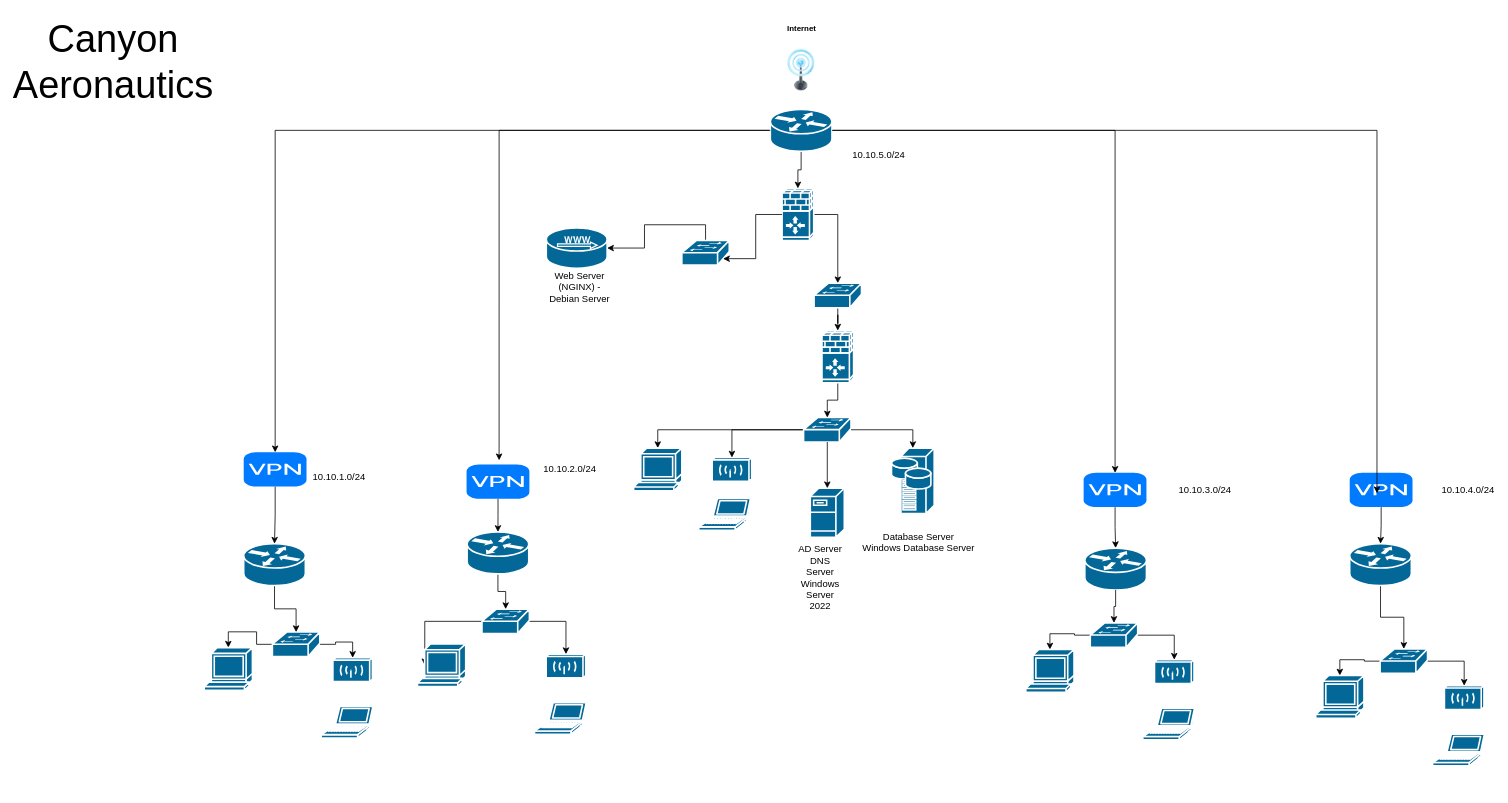
cyberqueenmeg/itt-116 keeps this draw.io diagram as ITT-216-CanyonAero.drawio. Above is the earlier version. Source tidied: cells renumbered, new cells numbered last; positions are measured from the earlier drawing's top-left corner, leaving out a move shared by most shapes. Both pictures are drawn from the tidied source at 79%, with x=0, y=0 at pixel (30, 14).
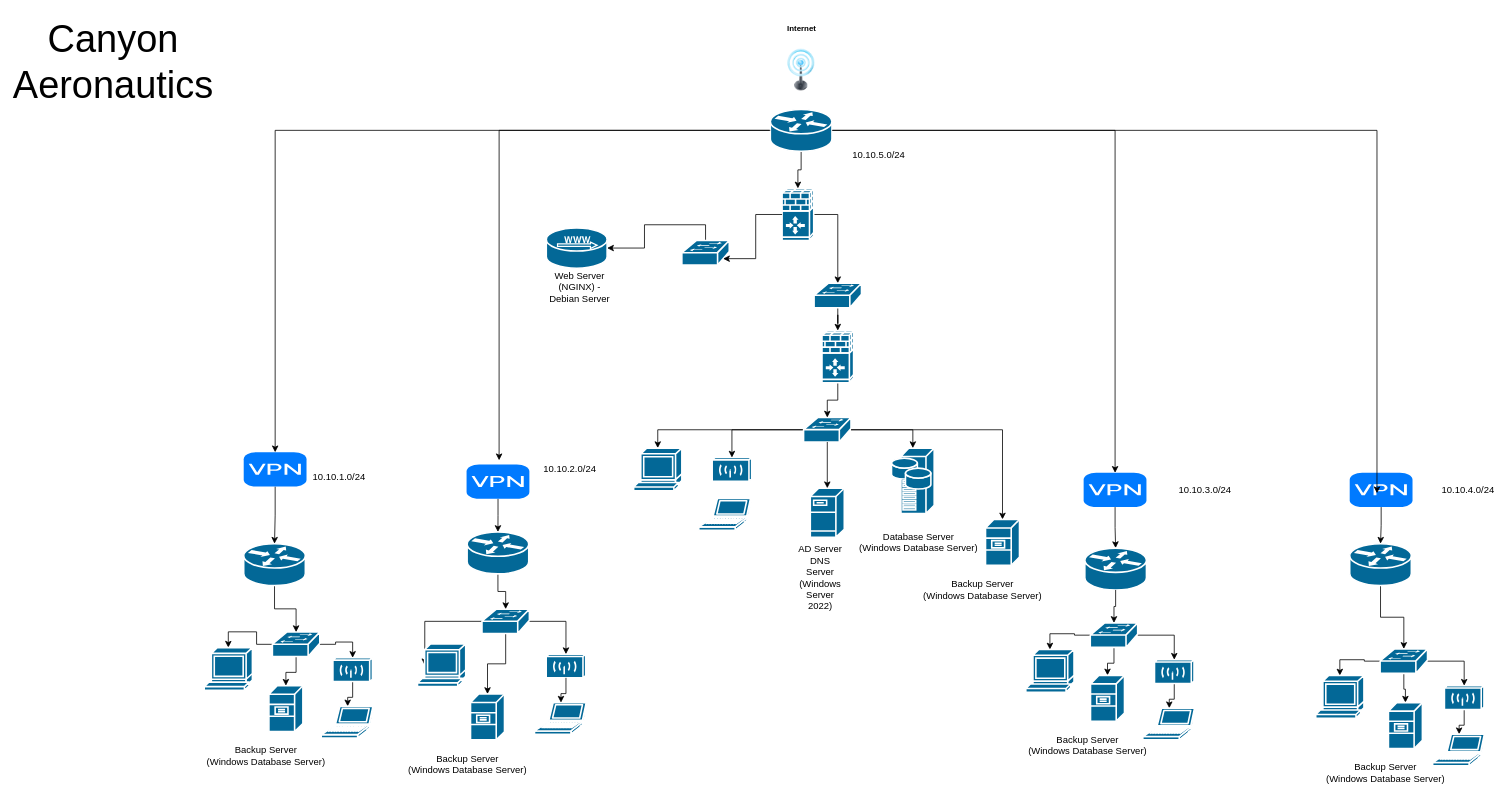
After the change.

Unchanged cells that the change refers to:
```xml
<mxCell id="4" style="shape=mxgraph.cisco.wireless.wireless_transport;sketch=0;html=1;dashed=0;fillColor=#036897;strokeColor=#ffffff;strokeWidth=2;verticalLabelPosition=bottom;verticalAlign=top;align=center;outlineConnect=0;" parent="1" vertex="1">
  <mxGeometry x="652.9" y="809.5" width="50" height="30" as="geometry" />
</mxCell>
<mxCell id="7" style="shape=mxgraph.cisco.switches.workgroup_switch;sketch=0;html=1;dashed=0;fillColor=#036897;strokeColor=#ffffff;strokeWidth=2;verticalLabelPosition=bottom;verticalAlign=top;align=center;outlineConnect=0;" parent="1" vertex="1">
  <mxGeometry x="571.6" y="752.5" width="60" height="31" as="geometry" />
</mxCell>
<mxCell id="8" style="shape=mxgraph.cisco.computers_and_peripherals.laptop;sketch=0;html=1;dashed=0;fillColor=#036897;strokeColor=#ffffff;strokeWidth=2;verticalLabelPosition=bottom;verticalAlign=top;align=center;outlineConnect=0;" parent="1" vertex="1">
  <mxGeometry x="638.1" y="870.9" width="67" height="40" as="geometry" />
</mxCell>
<mxCell id="10" style="shape=mxgraph.cisco.wireless.wireless_transport;sketch=0;html=1;dashed=0;fillColor=#036897;strokeColor=#ffffff;strokeWidth=2;verticalLabelPosition=bottom;verticalAlign=top;align=center;outlineConnect=0;" parent="1" vertex="1">
  <mxGeometry x="382.9" y="814.2" width="50" height="30" as="geometry" />
</mxCell>
<mxCell id="13" style="shape=mxgraph.cisco.switches.workgroup_switch;sketch=0;html=1;dashed=0;fillColor=#036897;strokeColor=#ffffff;strokeWidth=2;verticalLabelPosition=bottom;verticalAlign=top;align=center;outlineConnect=0;" parent="1" vertex="1">
  <mxGeometry x="306.3" y="781.6" width="60" height="31" as="geometry" />
</mxCell>
<mxCell id="14" style="shape=mxgraph.cisco.computers_and_peripherals.laptop;sketch=0;html=1;dashed=0;fillColor=#036897;strokeColor=#ffffff;strokeWidth=2;verticalLabelPosition=bottom;verticalAlign=top;align=center;outlineConnect=0;" parent="1" vertex="1">
  <mxGeometry x="368.1" y="875.6" width="67" height="40" as="geometry" />
</mxCell>
<mxCell id="16" style="shape=mxgraph.cisco.wireless.wireless_transport;sketch=0;html=1;dashed=0;fillColor=#036897;strokeColor=#ffffff;strokeWidth=2;verticalLabelPosition=bottom;verticalAlign=top;align=center;outlineConnect=0;" parent="1" vertex="1">
  <mxGeometry x="1789.9" y="849.5" width="50" height="30" as="geometry" />
</mxCell>
<mxCell id="19" style="shape=mxgraph.cisco.switches.workgroup_switch;sketch=0;html=1;dashed=0;fillColor=#036897;strokeColor=#ffffff;strokeWidth=2;verticalLabelPosition=bottom;verticalAlign=top;align=center;outlineConnect=0;" parent="1" vertex="1">
  <mxGeometry x="1708.5" y="802.9" width="60" height="31" as="geometry" />
</mxCell>
<mxCell id="20" style="shape=mxgraph.cisco.computers_and_peripherals.laptop;sketch=0;html=1;dashed=0;fillColor=#036897;strokeColor=#ffffff;strokeWidth=2;verticalLabelPosition=bottom;verticalAlign=top;align=center;outlineConnect=0;" parent="1" vertex="1">
  <mxGeometry x="1775" y="910.9" width="67" height="40" as="geometry" />
</mxCell>
<mxCell id="40" style="shape=mxgraph.cisco.switches.workgroup_switch;sketch=0;html=1;dashed=0;fillColor=#036897;strokeColor=#ffffff;strokeWidth=2;verticalLabelPosition=bottom;verticalAlign=top;align=center;outlineConnect=0;" parent="1" vertex="1">
  <mxGeometry x="978.7" y="510" width="60" height="31" as="geometry" />
</mxCell>
<mxCell id="73" style="shape=mxgraph.cisco.wireless.wireless_transport;sketch=0;html=1;dashed=0;fillColor=#036897;strokeColor=#ffffff;strokeWidth=2;verticalLabelPosition=bottom;verticalAlign=top;align=center;outlineConnect=0;" parent="1" vertex="1">
  <mxGeometry x="1422.9" y="816.6" width="50" height="30" as="geometry" />
</mxCell>
<mxCell id="76" style="shape=mxgraph.cisco.switches.workgroup_switch;sketch=0;html=1;dashed=0;fillColor=#036897;strokeColor=#ffffff;strokeWidth=2;verticalLabelPosition=bottom;verticalAlign=top;align=center;outlineConnect=0;" parent="1" vertex="1">
  <mxGeometry x="1341.6" y="770" width="60" height="31" as="geometry" />
</mxCell>
<mxCell id="77" style="shape=mxgraph.cisco.computers_and_peripherals.laptop;sketch=0;html=1;dashed=0;fillColor=#036897;strokeColor=#ffffff;strokeWidth=2;verticalLabelPosition=bottom;verticalAlign=top;align=center;outlineConnect=0;" parent="1" vertex="1">
  <mxGeometry x="1408.1" y="878" width="67" height="40" as="geometry" />
</mxCell>
```

Diff of the diagram source:
```diff
@@
+    <mxCell id="80" style="edgeStyle=orthogonalEdgeStyle;rounded=0;jettySize=auto;html=1;" parent="1" edge="1" source="7" target="93">
+      <mxGeometry relative="1" as="geometry" />
+    </mxCell>
@@
+    <mxCell id="81" style="edgeStyle=orthogonalEdgeStyle;rounded=0;jettySize=auto;html=1;" parent="1" edge="1" source="10" target="14">
+      <mxGeometry relative="1" as="geometry" />
+    </mxCell>
@@
+    <mxCell id="82" style="edgeStyle=orthogonalEdgeStyle;rounded=0;jettySize=auto;html=1;" parent="1" edge="1" source="13" target="97">
+      <mxGeometry relative="1" as="geometry" />
+    </mxCell>
@@
+    <mxCell id="83" style="edgeStyle=orthogonalEdgeStyle;rounded=0;jettySize=auto;html=1;" parent="1" edge="1" source="16" target="20">
+      <mxGeometry relative="1" as="geometry" />
+    </mxCell>
@@
+    <mxCell id="84" style="edgeStyle=orthogonalEdgeStyle;rounded=0;jettySize=auto;html=1;" parent="1" edge="1" source="19" target="95">
+      <mxGeometry relative="1" as="geometry" />
+    </mxCell>
@@
+    <mxCell id="85" style="edgeStyle=orthogonalEdgeStyle;rounded=0;jettySize=auto;html=1;" parent="1" edge="1" source="40" target="89">
+      <mxGeometry relative="1" as="geometry" />
+    </mxCell>
@@
-    <mxCell id="45" value="AD Server&lt;br&gt;DNS Server&lt;br&gt;Windows Server 2022" style="text;html=1;strokeColor=none;fillColor=none;align=center;verticalAlign=middle;whiteSpace=wrap;rounded=0;" parent="1" vertex="1">
+    <mxCell id="45" value="AD Server&lt;br&gt;DNS Server&lt;br&gt;(Windows Server 2022)" style="text;html=1;strokeColor=none;fillColor=none;align=center;verticalAlign=middle;whiteSpace=wrap;rounded=0;" parent="1" vertex="1">
       <mxGeometry x="970.2" y="698.3" width="60" height="30" as="geometry" />
     </mxCell>
@@
-    <mxCell id="61" value="Database Server&lt;br&gt;Windows Database Server" style="text;html=1;align=center;verticalAlign=middle;strokeColor=none;fillColor=none;" parent="1" vertex="1">
+    <mxCell id="61" value="Database Server&lt;br&gt;(Windows Database Server)" style="text;html=1;align=center;verticalAlign=middle;strokeColor=none;fillColor=none;" parent="1" vertex="1">
       <mxGeometry x="1039" y="648" width="170" height="40" as="geometry" />
     </mxCell>
@@
+    <mxCell id="86" style="edgeStyle=orthogonalEdgeStyle;rounded=0;jettySize=auto;html=1;" parent="1" edge="1" source="73" target="77">
+      <mxGeometry relative="1" as="geometry" />
+    </mxCell>
@@
+    <mxCell id="87" style="edgeStyle=orthogonalEdgeStyle;rounded=0;jettySize=auto;html=1;" parent="1" edge="1" source="76" target="91">
+      <mxGeometry relative="1" as="geometry" />
+    </mxCell>
@@
+    <mxCell id="88" style="edgeStyle=orthogonalEdgeStyle;rounded=0;jettySize=auto;html=1;entryX=0.5;entryY=0;entryDx=0;entryDy=0;entryPerimeter=0;" parent="1" edge="1" source="4" target="8">
+      <mxGeometry relative="1" as="geometry" />
+    </mxCell>
+    <mxCell id="89" style="shape=mxgraph.cisco.servers.file_server;sketch=0;html=1;dashed=0;fillColor=#036897;strokeColor=#ffffff;strokeWidth=2;verticalLabelPosition=bottom;verticalAlign=top;align=center;outlineConnect=0;" parent="1" vertex="1">
+      <mxGeometry x="1209" y="639" width="43" height="58" as="geometry" />
+    </mxCell>
+    <mxCell id="90" value="Backup Server&lt;br&gt;(Windows Database Server)" style="text;html=1;align=center;verticalAlign=middle;strokeColor=none;fillColor=none;" parent="1" vertex="1">
+      <mxGeometry x="1120" y="707.9" width="170" height="40" as="geometry" />
+    </mxCell>
+    <mxCell id="91" style="shape=mxgraph.cisco.servers.file_server;sketch=0;html=1;dashed=0;fillColor=#036897;strokeColor=#ffffff;strokeWidth=2;verticalLabelPosition=bottom;verticalAlign=top;align=center;outlineConnect=0;" parent="1" vertex="1">
+      <mxGeometry x="1341.9" y="836.4" width="43" height="58" as="geometry" />
+    </mxCell>
+    <mxCell id="92" value="Backup Server&lt;br&gt;(Windows Database Server)" style="text;html=1;align=center;verticalAlign=middle;strokeColor=none;fillColor=none;" parent="1" vertex="1">
+      <mxGeometry x="1252.9" y="905.4" width="170" height="40" as="geometry" />
+    </mxCell>
+    <mxCell id="93" style="shape=mxgraph.cisco.servers.file_server;sketch=0;html=1;dashed=0;fillColor=#036897;strokeColor=#ffffff;strokeWidth=2;verticalLabelPosition=bottom;verticalAlign=top;align=center;outlineConnect=0;" parent="1" vertex="1">
+      <mxGeometry x="557.1" y="860" width="43" height="58" as="geometry" />
+    </mxCell>
+    <mxCell id="94" value="Backup Server&lt;br&gt;(Windows Database Server)" style="text;html=1;align=center;verticalAlign=middle;strokeColor=none;fillColor=none;" parent="1" vertex="1">
+      <mxGeometry x="468.1" y="928.9" width="170" height="40" as="geometry" />
+    </mxCell>
+    <mxCell id="95" style="shape=mxgraph.cisco.servers.file_server;sketch=0;html=1;dashed=0;fillColor=#036897;strokeColor=#ffffff;strokeWidth=2;verticalLabelPosition=bottom;verticalAlign=top;align=center;outlineConnect=0;" parent="1" vertex="1">
+      <mxGeometry x="1719" y="870.9" width="43" height="58" as="geometry" />
+    </mxCell>
+    <mxCell id="96" value="Backup Server&lt;br&gt;(Windows Database Server)" style="text;html=1;align=center;verticalAlign=middle;strokeColor=none;fillColor=none;" parent="1" vertex="1">
+      <mxGeometry x="1630" y="939.8" width="170" height="40" as="geometry" />
+    </mxCell>
+    <mxCell id="97" style="shape=mxgraph.cisco.servers.file_server;sketch=0;html=1;dashed=0;fillColor=#036897;strokeColor=#ffffff;strokeWidth=2;verticalLabelPosition=bottom;verticalAlign=top;align=center;outlineConnect=0;" parent="1" vertex="1">
+      <mxGeometry x="301.9" y="849.5" width="43" height="58" as="geometry" />
+    </mxCell>
+    <mxCell id="98" value="Backup Server&lt;br&gt;(Windows Database Server)" style="text;html=1;align=center;verticalAlign=middle;strokeColor=none;fillColor=none;" parent="1" vertex="1">
+      <mxGeometry x="212.9" y="918.4" width="170" height="40" as="geometry" />
+    </mxCell>
```
